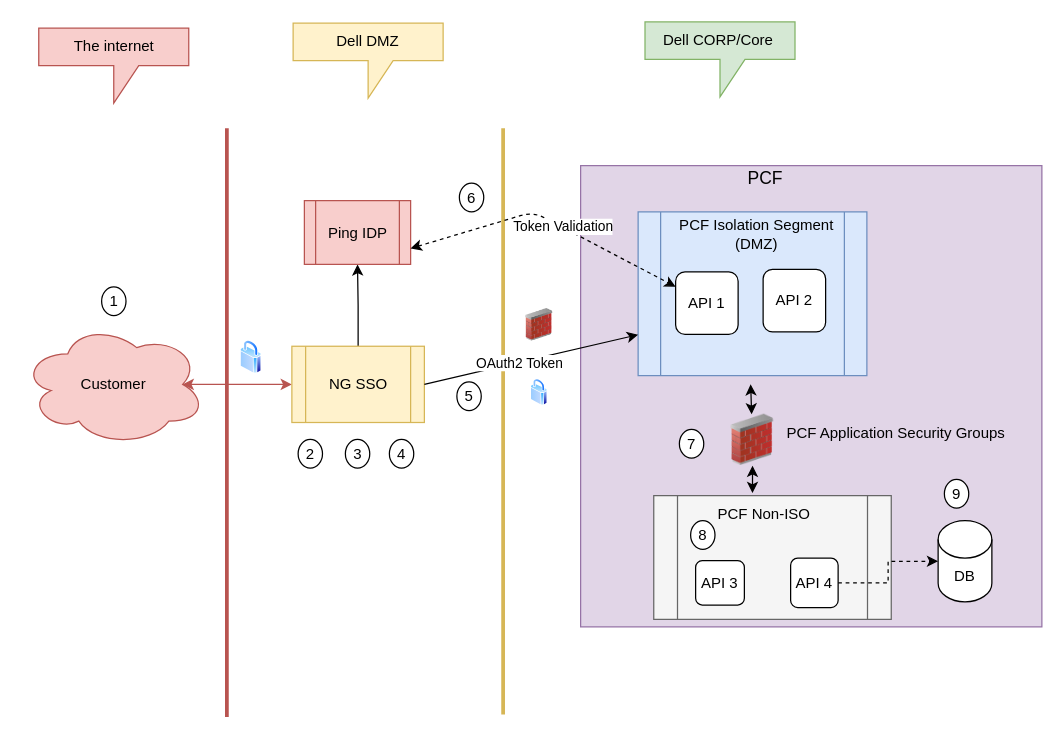
Earlier version of the draw.io diagram NGSSO-PCF-EXT.drawio (rama78/app-config). Source tidied: cells renumbered, new cells numbered last; positions are measured from the earlier drawing's top-left corner, leaving out a move shared by most shapes. Both pictures are drawn from the tidied source at 125%, with x=0, y=0 at pixel (21, 21).
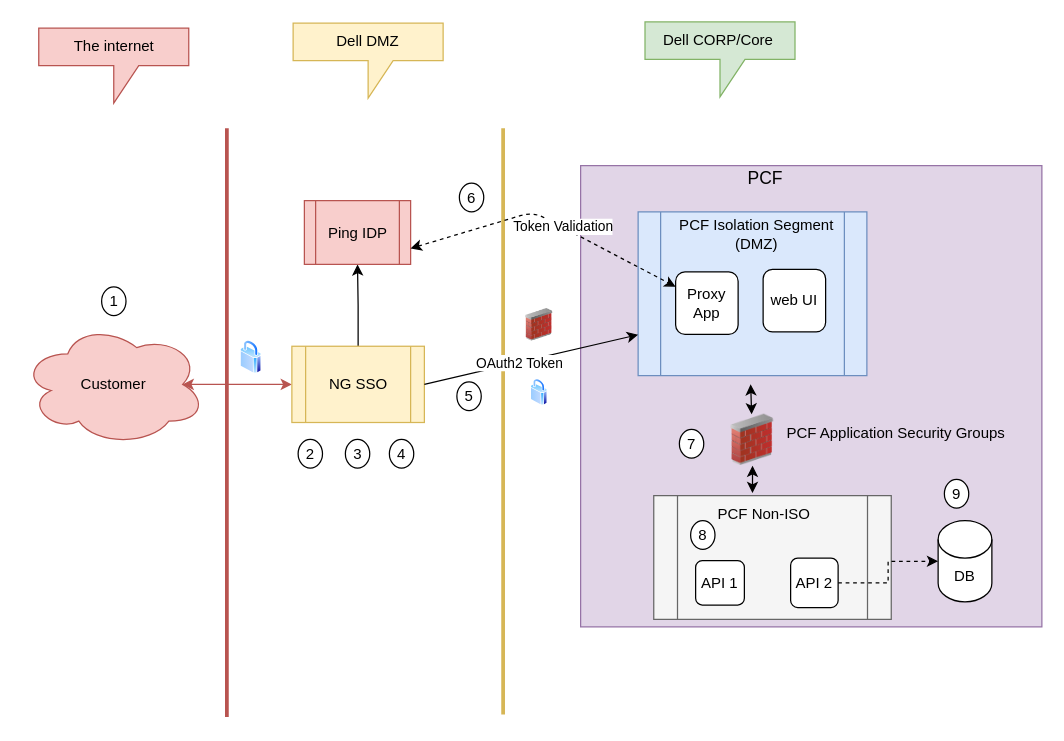
After the change.

Unchanged cells that the change refers to:
```xml
<mxCell id="22" style="group;" parent="1" vertex="1">
  <mxGeometry x="493" y="152" width="183" height="131" as="geometry" />
</mxCell>
```

Diff of the diagram source:
```diff
@@
-    <mxCell id="16" value="API 3" style="rounded=1;whiteSpace=wrap;html=1;" parent="1" vertex="1">
+    <mxCell id="16" value="API 1" style="rounded=1;whiteSpace=wrap;html=1;" parent="1" vertex="1">
       <mxGeometry x="539" y="431" width="39" height="35.5" as="geometry" />
     </mxCell>
@@
-    <mxCell id="18" value="API 4" style="rounded=1;whiteSpace=wrap;html=1;" parent="1" vertex="1">
+    <mxCell id="18" value="API 2" style="rounded=1;whiteSpace=wrap;html=1;" parent="1" vertex="1">
       <mxGeometry x="615" y="429" width="38" height="39.5" as="geometry" />
     </mxCell>
@@
-    <mxCell id="24" value="API 1" style="rounded=1;whiteSpace=wrap;html=1;" parent="22" vertex="1">
+    <mxCell id="24" value="Proxy App" style="rounded=1;whiteSpace=wrap;html=1;" parent="22" vertex="1">
       <mxGeometry x="30" y="48" width="50" height="50" as="geometry" />
     </mxCell>
-    <mxCell id="25" value="API 2" style="rounded=1;whiteSpace=wrap;html=1;" parent="22" vertex="1">
+    <mxCell id="25" value="web UI" style="rounded=1;whiteSpace=wrap;html=1;" parent="22" vertex="1">
       <mxGeometry x="100" y="46" width="50" height="50" as="geometry" />
     </mxCell>
```
